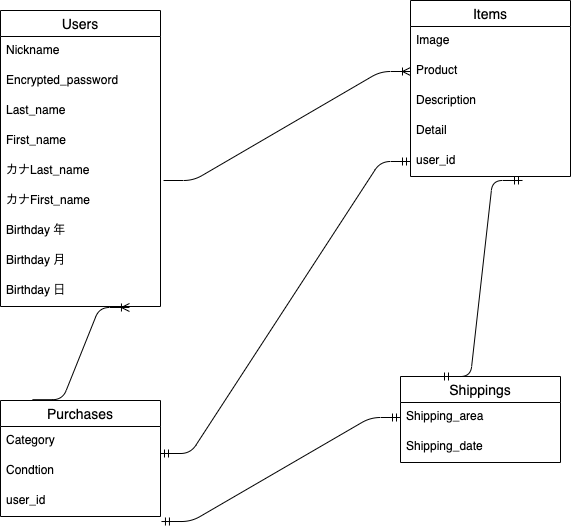
The draw.io diagram .drawio.png in Tomoki06arkw/furima-35818, before a commit. Source tidied: cells renumbered, new cells last; positions are measured from the earlier drawing's top-left corner, leaving out a move shared by most shapes. The source it was exported from:
```xml
<mxGraphModel>
  <root>
    <mxCell id="0" />
    <mxCell id="1" parent="0" />
    <mxCell id="2" value="Users" style="swimlane;fontStyle=0;horizontal=1;startSize=26;align=center;fontSize=14;" parent="1" vertex="1">
      <mxGeometry y="10" width="160" height="296" as="geometry" />
    </mxCell>
    <mxCell id="3" value="Nickname" style="text;strokeColor=none;fillColor=none;spacingLeft=4;spacingRight=4;overflow=hidden;fontSize=12;" parent="2" vertex="1">
      <mxGeometry y="26" width="160" height="30" as="geometry" />
    </mxCell>
    <mxCell id="4" value="Encrypted_password" style="text;strokeColor=none;fillColor=none;spacingLeft=4;spacingRight=4;overflow=hidden;fontSize=12;" parent="2" vertex="1">
      <mxGeometry y="56" width="160" height="30" as="geometry" />
    </mxCell>
    <mxCell id="5" value="Last_name" style="text;strokeColor=none;fillColor=none;spacingLeft=4;spacingRight=4;overflow=hidden;fontSize=12;" parent="2" vertex="1">
      <mxGeometry y="86" width="160" height="30" as="geometry" />
    </mxCell>
    <mxCell id="6" value="First_name" style="text;strokeColor=none;fillColor=none;spacingLeft=4;spacingRight=4;overflow=hidden;fontSize=12;" parent="2" vertex="1">
      <mxGeometry y="116" width="160" height="30" as="geometry" />
    </mxCell>
    <mxCell id="7" value="カナLast_name" style="text;strokeColor=none;fillColor=none;spacingLeft=4;spacingRight=4;overflow=hidden;points=[[0,0.5],[1,0.5]];portConstraint=eastwest;fontSize=12;" parent="2" vertex="1">
      <mxGeometry y="146" width="160" height="30" as="geometry" />
    </mxCell>
    <mxCell id="8" value="カナFirst_name" style="text;strokeColor=none;fillColor=none;spacingLeft=4;spacingRight=4;overflow=hidden;fontSize=12;" parent="2" vertex="1">
      <mxGeometry y="176" width="160" height="30" as="geometry" />
    </mxCell>
    <mxCell id="9" value="Birthday 年" style="text;strokeColor=none;fillColor=none;spacingLeft=4;spacingRight=4;overflow=hidden;fontSize=12;" parent="2" vertex="1">
      <mxGeometry y="206" width="160" height="30" as="geometry" />
    </mxCell>
    <mxCell id="10" value="Birthday 月" style="text;strokeColor=none;fillColor=none;spacingLeft=4;spacingRight=4;overflow=hidden;fontSize=12;" parent="2" vertex="1">
      <mxGeometry y="236" width="160" height="30" as="geometry" />
    </mxCell>
    <mxCell id="11" value="Birthday 日" style="text;strokeColor=none;fillColor=none;spacingLeft=4;spacingRight=4;overflow=hidden;points=[[0,0.5],[1,0.5]];portConstraint=eastwest;fontSize=12;" parent="2" vertex="1">
      <mxGeometry y="266" width="160" height="30" as="geometry" />
    </mxCell>
    <mxCell id="12" value="Items" style="swimlane;fontStyle=0;horizontal=1;startSize=26;align=center;fontSize=14;" parent="1" vertex="1">
      <mxGeometry x="410" width="160" height="176" as="geometry" />
    </mxCell>
    <mxCell id="13" value="Image" style="text;strokeColor=none;fillColor=none;spacingLeft=4;spacingRight=4;overflow=hidden;fontSize=12;" parent="12" vertex="1">
      <mxGeometry y="26" width="160" height="30" as="geometry" />
    </mxCell>
    <mxCell id="14" value="Product" style="text;strokeColor=none;fillColor=none;spacingLeft=4;spacingRight=4;overflow=hidden;points=[[0,0.5],[1,0.5]];portConstraint=eastwest;fontSize=12;" parent="12" vertex="1">
      <mxGeometry y="56" width="160" height="30" as="geometry" />
    </mxCell>
    <mxCell id="15" value="Description" style="text;strokeColor=none;fillColor=none;spacingLeft=4;spacingRight=4;overflow=hidden;fontSize=12;" parent="12" vertex="1">
      <mxGeometry y="86" width="160" height="30" as="geometry" />
    </mxCell>
    <mxCell id="16" value="Detail" style="text;strokeColor=none;fillColor=none;spacingLeft=4;spacingRight=4;overflow=hidden;fontSize=12;" parent="12" vertex="1">
      <mxGeometry y="116" width="160" height="30" as="geometry" />
    </mxCell>
    <mxCell id="17" value="user_id" style="text;strokeColor=none;fillColor=none;spacingLeft=4;spacingRight=4;overflow=hidden;points=[[0,0.5],[1,0.5]];portConstraint=eastwest;fontSize=12;" parent="12" vertex="1">
      <mxGeometry y="146" width="160" height="30" as="geometry" />
    </mxCell>
    <mxCell id="18" value="Purchases" style="swimlane;fontStyle=0;horizontal=1;startSize=26;align=center;fontSize=14;" parent="1" vertex="1">
      <mxGeometry y="400" width="160" height="116" as="geometry" />
    </mxCell>
    <mxCell id="19" value="Category" style="text;strokeColor=none;fillColor=none;spacingLeft=4;spacingRight=4;overflow=hidden;points=[[0,0.5],[1,0.5]];portConstraint=eastwest;fontSize=12;" parent="18" vertex="1">
      <mxGeometry y="26" width="160" height="30" as="geometry" />
    </mxCell>
    <mxCell id="20" value="Condtion" style="text;strokeColor=none;fillColor=none;spacingLeft=4;spacingRight=4;overflow=hidden;fontSize=12;" parent="18" vertex="1">
      <mxGeometry y="56" width="160" height="30" as="geometry" />
    </mxCell>
    <mxCell id="21" value="user_id" style="text;strokeColor=none;fillColor=none;spacingLeft=4;spacingRight=4;overflow=hidden;points=[[0,0.5],[1,0.5]];portConstraint=eastwest;fontSize=12;" parent="18" vertex="1">
      <mxGeometry y="86" width="160" height="30" as="geometry" />
    </mxCell>
    <mxCell id="22" value="Shippings" style="swimlane;fontStyle=0;horizontal=1;startSize=26;align=center;fontSize=14;" parent="1" vertex="1">
      <mxGeometry x="400" y="376" width="160" height="86" as="geometry" />
    </mxCell>
    <mxCell id="23" value="Shipping_area" style="text;strokeColor=none;fillColor=none;spacingLeft=4;spacingRight=4;overflow=hidden;points=[[0,0.5],[1,0.5]];portConstraint=eastwest;fontSize=12;" parent="22" vertex="1">
      <mxGeometry y="26" width="160" height="30" as="geometry" />
    </mxCell>
    <mxCell id="24" value="Shipping_date" style="text;strokeColor=none;fillColor=none;spacingLeft=4;spacingRight=4;overflow=hidden;fontSize=12;" parent="22" vertex="1">
      <mxGeometry y="56" width="160" height="30" as="geometry" />
    </mxCell>
    <mxCell id="25" style="edgeStyle=entityRelationEdgeStyle;fontSize=12;html=1;endArrow=ERoneToMany;entryX=0;entryY=0.5;entryDx=0;entryDy=0;exitX=1.019;exitY=0.8;exitDx=0;exitDy=0;exitPerimeter=0;" parent="1" edge="1" source="7" target="14">
      <mxGeometry relative="1" as="geometry" />
    </mxCell>
    <mxCell id="26" style="edgeStyle=entityRelationEdgeStyle;fontSize=12;html=1;endArrow=ERoneToMany;exitX=0.2;exitY=-0.007;exitDx=0;exitDy=0;exitPerimeter=0;entryX=0.806;entryY=1.033;entryDx=0;entryDy=0;entryPerimeter=0;" parent="1" edge="1" source="18" target="11">
      <mxGeometry relative="1" as="geometry" />
    </mxCell>
    <mxCell id="27" style="edgeStyle=entityRelationEdgeStyle;fontSize=12;html=1;endArrow=ERmandOne;startArrow=ERmandOne;exitX=1;exitY=0.9;exitDx=0;exitDy=0;exitPerimeter=0;entryX=0;entryY=0.5;entryDx=0;entryDy=0;" parent="1" edge="1" source="19" target="17">
      <mxGeometry relative="1" as="geometry" />
    </mxCell>
    <mxCell id="28" style="edgeStyle=entityRelationEdgeStyle;fontSize=12;html=1;endArrow=ERmandOne;startArrow=ERmandOne;entryX=0.7;entryY=1.133;entryDx=0;entryDy=0;entryPerimeter=0;exitX=0.25;exitY=0;exitDx=0;exitDy=0;" parent="1" edge="1" source="22" target="17">
      <mxGeometry relative="1" as="geometry" />
    </mxCell>
    <mxCell id="29" style="edgeStyle=entityRelationEdgeStyle;fontSize=12;html=1;endArrow=ERmandOne;startArrow=ERmandOne;entryX=0;entryY=0.5;entryDx=0;entryDy=0;exitX=1.006;exitY=0.167;exitDx=0;exitDy=0;exitPerimeter=0;" parent="1" edge="1" target="23">
      <mxGeometry relative="1" as="geometry">
        <mxPoint x="161" y="521" as="sourcePoint" />
      </mxGeometry>
    </mxCell>
  </root>
</mxGraphModel>
```
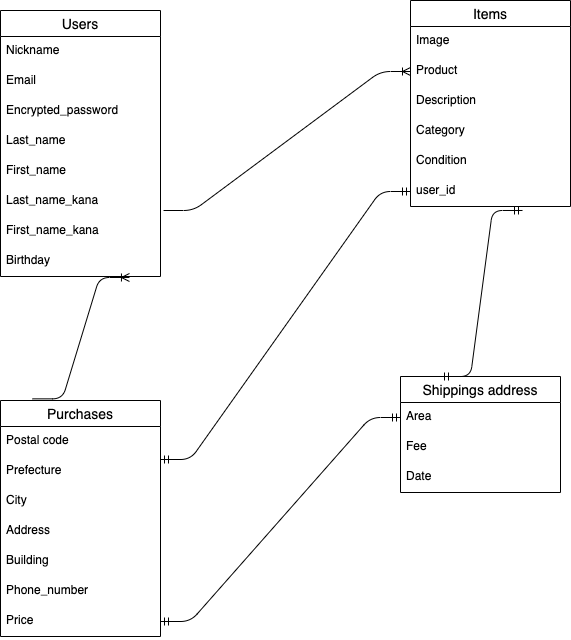
After the change.

Commit message:
ER図修正＃２回目

Diff of the diagram source:
```diff
@@ -3,37 +3,34 @@
     <mxCell id="0" />
     <mxCell id="1" parent="0" />
     <mxCell id="2" value="Users" style="swimlane;fontStyle=0;horizontal=1;startSize=26;align=center;fontSize=14;" parent="1" vertex="1">
-      <mxGeometry y="10" width="160" height="296" as="geometry" />
+      <mxGeometry y="10" width="160" height="266" as="geometry" />
     </mxCell>
+    <mxCell id="30" value="Nickname" style="text;strokeColor=none;fillColor=none;spacingLeft=4;spacingRight=4;overflow=hidden;fontSize=12;" parent="2" vertex="1">
+      <mxGeometry y="26" width="160" height="30" as="geometry" />
+    </mxCell>
-    <mxCell id="3" value="Nickname" style="text;strokeColor=none;fillColor=none;spacingLeft=4;spacingRight=4;overflow=hidden;fontSize=12;" parent="2" vertex="1">
-      <mxGeometry y="26" width="160" height="30" as="geometry" />
+    <mxCell id="3" value="Email" style="text;strokeColor=none;fillColor=none;spacingLeft=4;spacingRight=4;overflow=hidden;fontSize=12;" parent="2" vertex="1">
+      <mxGeometry y="56" width="160" height="30" as="geometry" />
     </mxCell>
     <mxCell id="4" value="Encrypted_password" style="text;strokeColor=none;fillColor=none;spacingLeft=4;spacingRight=4;overflow=hidden;fontSize=12;" parent="2" vertex="1">
-      <mxGeometry y="56" width="160" height="30" as="geometry" />
+      <mxGeometry y="86" width="160" height="30" as="geometry" />
     </mxCell>
     <mxCell id="5" value="Last_name" style="text;strokeColor=none;fillColor=none;spacingLeft=4;spacingRight=4;overflow=hidden;fontSize=12;" parent="2" vertex="1">
-      <mxGeometry y="86" width="160" height="30" as="geometry" />
+      <mxGeometry y="116" width="160" height="30" as="geometry" />
     </mxCell>
     <mxCell id="6" value="First_name" style="text;strokeColor=none;fillColor=none;spacingLeft=4;spacingRight=4;overflow=hidden;fontSize=12;" parent="2" vertex="1">
-      <mxGeometry y="116" width="160" height="30" as="geometry" />
+      <mxGeometry y="146" width="160" height="30" as="geometry" />
     </mxCell>
-    <mxCell id="7" value="カナLast_name" style="text;strokeColor=none;fillColor=none;spacingLeft=4;spacingRight=4;overflow=hidden;points=[[0,0.5],[1,0.5]];portConstraint=eastwest;fontSize=12;" parent="2" vertex="1">
-      <mxGeometry y="146" width="160" height="30" as="geometry" />
+    <mxCell id="7" value="Last_name_kana" style="text;strokeColor=none;fillColor=none;spacingLeft=4;spacingRight=4;overflow=hidden;points=[[0,0.5],[1,0.5]];portConstraint=eastwest;fontSize=12;" parent="2" vertex="1">
+      <mxGeometry y="176" width="160" height="30" as="geometry" />
     </mxCell>
-    <mxCell id="8" value="カナFirst_name" style="text;strokeColor=none;fillColor=none;spacingLeft=4;spacingRight=4;overflow=hidden;fontSize=12;" parent="2" vertex="1">
-      <mxGeometry y="176" width="160" height="30" as="geometry" />
+    <mxCell id="8" value="First_name_kana" style="text;strokeColor=none;fillColor=none;spacingLeft=4;spacingRight=4;overflow=hidden;fontSize=12;" parent="2" vertex="1">
+      <mxGeometry y="206" width="160" height="30" as="geometry" />
     </mxCell>
-    <mxCell id="9" value="Birthday 年" style="text;strokeColor=none;fillColor=none;spacingLeft=4;spacingRight=4;overflow=hidden;fontSize=12;" parent="2" vertex="1">
-      <mxGeometry y="206" width="160" height="30" as="geometry" />
+    <mxCell id="9" value="Birthday " style="text;strokeColor=none;fillColor=none;spacingLeft=4;spacingRight=4;overflow=hidden;fontSize=12;" parent="2" vertex="1">
+      <mxGeometry y="236" width="160" height="30" as="geometry" />
     </mxCell>
-    <mxCell id="10" value="Birthday 月" style="text;strokeColor=none;fillColor=none;spacingLeft=4;spacingRight=4;overflow=hidden;fontSize=12;" parent="2" vertex="1">
-      <mxGeometry y="236" width="160" height="30" as="geometry" />
-    </mxCell>
-    <mxCell id="11" value="Birthday 日" style="text;strokeColor=none;fillColor=none;spacingLeft=4;spacingRight=4;overflow=hidden;points=[[0,0.5],[1,0.5]];portConstraint=eastwest;fontSize=12;" parent="2" vertex="1">
-      <mxGeometry y="266" width="160" height="30" as="geometry" />
-    </mxCell>
     <mxCell id="12" value="Items" style="swimlane;fontStyle=0;horizontal=1;startSize=26;align=center;fontSize=14;" parent="1" vertex="1">
-      <mxGeometry x="410" width="160" height="176" as="geometry" />
+      <mxGeometry x="410" width="160" height="206" as="geometry" />
     </mxCell>
     <mxCell id="13" value="Image" style="text;strokeColor=none;fillColor=none;spacingLeft=4;spacingRight=4;overflow=hidden;fontSize=12;" parent="12" vertex="1">
       <mxGeometry y="26" width="160" height="30" as="geometry" />
@@ -44,48 +41,68 @@
     <mxCell id="15" value="Description" style="text;strokeColor=none;fillColor=none;spacingLeft=4;spacingRight=4;overflow=hidden;fontSize=12;" parent="12" vertex="1">
       <mxGeometry y="86" width="160" height="30" as="geometry" />
     </mxCell>
-    <mxCell id="16" value="Detail" style="text;strokeColor=none;fillColor=none;spacingLeft=4;spacingRight=4;overflow=hidden;fontSize=12;" parent="12" vertex="1">
-      <mxGeometry y="116" width="160" height="30" as="geometry" />
-    </mxCell>
+    <mxCell id="19" value="Category" style="text;strokeColor=none;fillColor=none;spacingLeft=4;spacingRight=4;overflow=hidden;points=[[0,0.5],[1,0.5]];portConstraint=eastwest;fontSize=12;" parent="12" vertex="1">
+      <mxGeometry y="116" width="160" height="30" as="geometry" />
+    </mxCell>
+    <mxCell id="31" value="Condition" style="text;strokeColor=none;fillColor=none;spacingLeft=4;spacingRight=4;overflow=hidden;fontSize=12;" parent="12" vertex="1">
+      <mxGeometry y="146" width="160" height="30" as="geometry" />
+    </mxCell>
     <mxCell id="17" value="user_id" style="text;strokeColor=none;fillColor=none;spacingLeft=4;spacingRight=4;overflow=hidden;points=[[0,0.5],[1,0.5]];portConstraint=eastwest;fontSize=12;" parent="12" vertex="1">
-      <mxGeometry y="146" width="160" height="30" as="geometry" />
+      <mxGeometry y="176" width="160" height="30" as="geometry" />
     </mxCell>
     <mxCell id="18" value="Purchases" style="swimlane;fontStyle=0;horizontal=1;startSize=26;align=center;fontSize=14;" parent="1" vertex="1">
-      <mxGeometry y="400" width="160" height="116" as="geometry" />
+      <mxGeometry y="400" width="160" height="236" as="geometry" />
     </mxCell>
-    <mxCell id="19" value="Category" style="text;strokeColor=none;fillColor=none;spacingLeft=4;spacingRight=4;overflow=hidden;points=[[0,0.5],[1,0.5]];portConstraint=eastwest;fontSize=12;" parent="18" vertex="1">
-      <mxGeometry y="26" width="160" height="30" as="geometry" />
-    </mxCell>
-    <mxCell id="20" value="Condtion" style="text;strokeColor=none;fillColor=none;spacingLeft=4;spacingRight=4;overflow=hidden;fontSize=12;" parent="18" vertex="1">
-      <mxGeometry y="56" width="160" height="30" as="geometry" />
-    </mxCell>
+    <mxCell id="32" value="Postal code" style="text;strokeColor=none;fillColor=none;spacingLeft=4;spacingRight=4;overflow=hidden;fontSize=12;" parent="18" vertex="1">
+      <mxGeometry y="26" width="160" height="30" as="geometry" />
+    </mxCell>
+    <mxCell id="33" value="Prefecture" style="text;strokeColor=none;fillColor=none;spacingLeft=4;spacingRight=4;overflow=hidden;fontSize=12;" parent="18" vertex="1">
+      <mxGeometry y="56" width="160" height="30" as="geometry" />
+    </mxCell>
+    <mxCell id="34" value="City" style="text;strokeColor=none;fillColor=none;spacingLeft=4;spacingRight=4;overflow=hidden;fontSize=12;" parent="18" vertex="1">
+      <mxGeometry y="86" width="160" height="30" as="geometry" />
+    </mxCell>
+    <mxCell id="35" value="Address" style="text;strokeColor=none;fillColor=none;spacingLeft=4;spacingRight=4;overflow=hidden;fontSize=12;" parent="18" vertex="1">
+      <mxGeometry y="116" width="160" height="30" as="geometry" />
+    </mxCell>
+    <mxCell id="36" value="Building" style="text;strokeColor=none;fillColor=none;spacingLeft=4;spacingRight=4;overflow=hidden;fontSize=12;" parent="18" vertex="1">
+      <mxGeometry y="146" width="160" height="30" as="geometry" />
+    </mxCell>
+    <mxCell id="37" value="Phone_number" style="text;strokeColor=none;fillColor=none;spacingLeft=4;spacingRight=4;overflow=hidden;fontSize=12;" parent="18" vertex="1">
+      <mxGeometry y="176" width="160" height="30" as="geometry" />
+    </mxCell>
-    <mxCell id="21" value="user_id" style="text;strokeColor=none;fillColor=none;spacingLeft=4;spacingRight=4;overflow=hidden;points=[[0,0.5],[1,0.5]];portConstraint=eastwest;fontSize=12;" parent="18" vertex="1">
-      <mxGeometry y="86" width="160" height="30" as="geometry" />
+    <mxCell id="21" value="Price" style="text;strokeColor=none;fillColor=none;spacingLeft=4;spacingRight=4;overflow=hidden;points=[[0,0.5],[1,0.5]];portConstraint=eastwest;fontSize=12;" parent="18" vertex="1">
+      <mxGeometry y="206" width="160" height="30" as="geometry" />
     </mxCell>
-    <mxCell id="22" value="Shippings" style="swimlane;fontStyle=0;horizontal=1;startSize=26;align=center;fontSize=14;" parent="1" vertex="1">
-      <mxGeometry x="400" y="376" width="160" height="86" as="geometry" />
+    <mxCell id="22" value="Shippings address" style="swimlane;fontStyle=0;horizontal=1;startSize=26;align=center;fontSize=14;" parent="1" vertex="1">
+      <mxGeometry x="400" y="376" width="160" height="116" as="geometry" />
     </mxCell>
-    <mxCell id="23" value="Shipping_area" style="text;strokeColor=none;fillColor=none;spacingLeft=4;spacingRight=4;overflow=hidden;points=[[0,0.5],[1,0.5]];portConstraint=eastwest;fontSize=12;" parent="22" vertex="1">
-      <mxGeometry y="26" width="160" height="30" as="geometry" />
-    </mxCell>
-    <mxCell id="24" value="Shipping_date" style="text;strokeColor=none;fillColor=none;spacingLeft=4;spacingRight=4;overflow=hidden;fontSize=12;" parent="22" vertex="1">
-      <mxGeometry y="56" width="160" height="30" as="geometry" />
-    </mxCell>
+    <mxCell id="38" value="Area" style="text;strokeColor=none;fillColor=none;spacingLeft=4;spacingRight=4;overflow=hidden;fontSize=12;" parent="22" vertex="1">
+      <mxGeometry y="26" width="160" height="30" as="geometry" />
+    </mxCell>
+    <mxCell id="39" value="Fee" style="text;strokeColor=none;fillColor=none;spacingLeft=4;spacingRight=4;overflow=hidden;fontSize=12;" parent="22" vertex="1">
+      <mxGeometry y="56" width="160" height="30" as="geometry" />
+    </mxCell>
+    <mxCell id="16" value="Date" style="text;strokeColor=none;fillColor=none;spacingLeft=4;spacingRight=4;overflow=hidden;fontSize=12;" parent="22" vertex="1">
+      <mxGeometry y="86" width="160" height="30" as="geometry" />
+    </mxCell>
     <mxCell id="25" style="edgeStyle=entityRelationEdgeStyle;fontSize=12;html=1;endArrow=ERoneToMany;entryX=0;entryY=0.5;entryDx=0;entryDy=0;exitX=1.019;exitY=0.8;exitDx=0;exitDy=0;exitPerimeter=0;" parent="1" edge="1" source="7" target="14">
       <mxGeometry relative="1" as="geometry" />
     </mxCell>
-    <mxCell id="26" style="edgeStyle=entityRelationEdgeStyle;fontSize=12;html=1;endArrow=ERoneToMany;exitX=0.2;exitY=-0.007;exitDx=0;exitDy=0;exitPerimeter=0;entryX=0.806;entryY=1.033;entryDx=0;entryDy=0;entryPerimeter=0;" parent="1" edge="1" source="18" target="11">
-      <mxGeometry relative="1" as="geometry" />
+    <mxCell id="26" style="edgeStyle=entityRelationEdgeStyle;fontSize=12;html=1;endArrow=ERoneToMany;exitX=0.2;exitY=-0.007;exitDx=0;exitDy=0;exitPerimeter=0;entryX=0.806;entryY=1.033;entryDx=0;entryDy=0;entryPerimeter=0;" parent="1" edge="1" source="18">
+      <mxGeometry relative="1" as="geometry">
+        <mxPoint x="129" y="277" as="targetPoint" />
+      </mxGeometry>
     </mxCell>
-    <mxCell id="27" style="edgeStyle=entityRelationEdgeStyle;fontSize=12;html=1;endArrow=ERmandOne;startArrow=ERmandOne;exitX=1;exitY=0.9;exitDx=0;exitDy=0;exitPerimeter=0;entryX=0;entryY=0.5;entryDx=0;entryDy=0;" parent="1" edge="1" source="19" target="17">
+    <mxCell id="27" style="edgeStyle=entityRelationEdgeStyle;fontSize=12;html=1;endArrow=ERmandOne;startArrow=ERmandOne;exitX=1;exitY=0.25;exitDx=0;exitDy=0;entryX=0;entryY=0.5;entryDx=0;entryDy=0;" parent="1" edge="1" source="18" target="17">
       <mxGeometry relative="1" as="geometry" />
     </mxCell>
     <mxCell id="28" style="edgeStyle=entityRelationEdgeStyle;fontSize=12;html=1;endArrow=ERmandOne;startArrow=ERmandOne;entryX=0.7;entryY=1.133;entryDx=0;entryDy=0;entryPerimeter=0;exitX=0.25;exitY=0;exitDx=0;exitDy=0;" parent="1" edge="1" source="22" target="17">
       <mxGeometry relative="1" as="geometry" />
     </mxCell>
-    <mxCell id="29" style="edgeStyle=entityRelationEdgeStyle;fontSize=12;html=1;endArrow=ERmandOne;startArrow=ERmandOne;entryX=0;entryY=0.5;entryDx=0;entryDy=0;exitX=1.006;exitY=0.167;exitDx=0;exitDy=0;exitPerimeter=0;" parent="1" edge="1" target="23">
+    <mxCell id="29" style="edgeStyle=entityRelationEdgeStyle;fontSize=12;html=1;endArrow=ERmandOne;startArrow=ERmandOne;entryX=0;entryY=0.5;entryDx=0;entryDy=0;exitX=1;exitY=0.5;exitDx=0;exitDy=0;" parent="1" edge="1" source="21">
       <mxGeometry relative="1" as="geometry">
-        <mxPoint x="161" y="521" as="sourcePoint" />
+        <mxPoint x="400" y="417" as="targetPoint" />
       </mxGeometry>
     </mxCell>
   </root>
```
